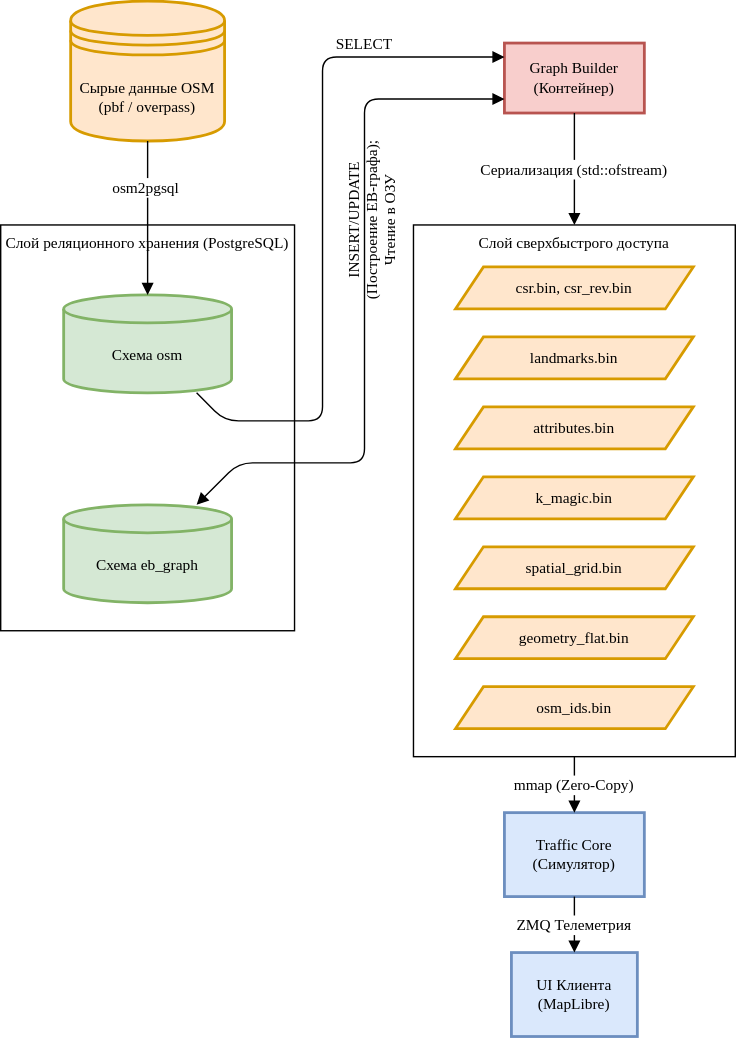
The draw.io diagram assets/svg/binary_dump.drawio.svg in L1CH7/magistracy-diplom-iu12-docs, before a commit. Source tidied: cells renumbered, new cells last; positions are measured from the earlier drawing's top-left corner, leaving out a move shared by most shapes.
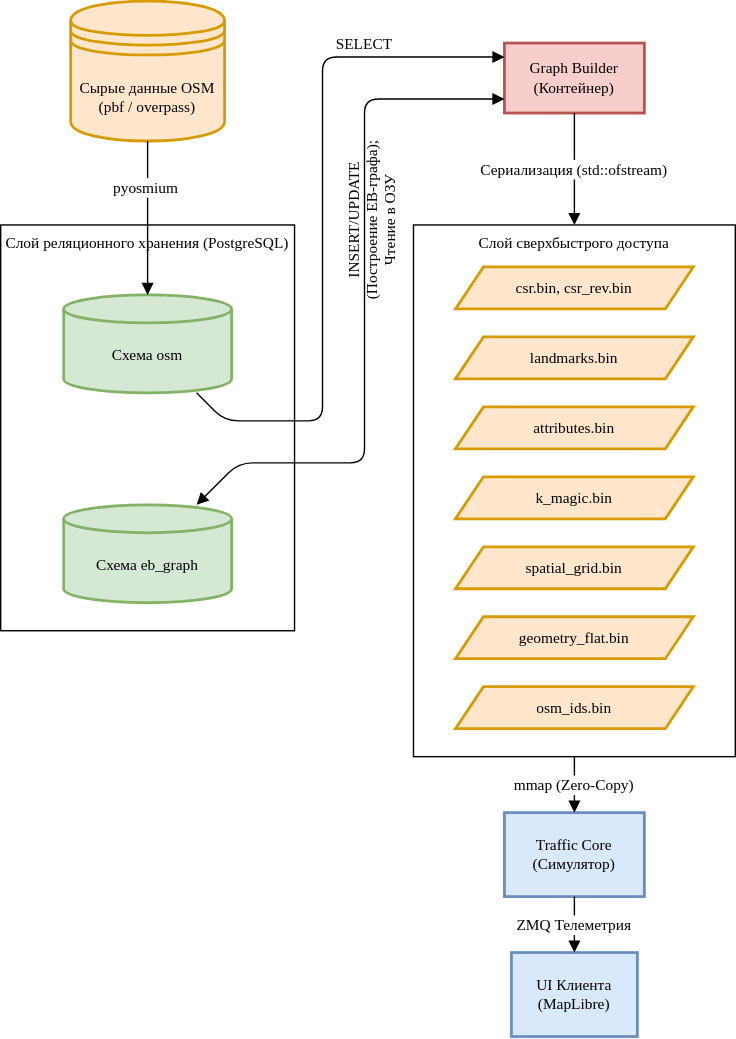
Above is the later version.

The edit, as a diff of the source:
```diff
@@ -26,7 +26,7 @@
     <mxCell id="9" value="Graph Builder&#10;(Контейнер)" style="whiteSpace=wrap;strokeWidth=2;fontFamily=Jetbrains Mono;fontSource=https%3A%2F%2Ffonts.googleapis.com%2Fcss%3Ffamily%3DJetbrains%2BMono;fontSize=11;fillColor=#f8cecc;strokeColor=#b85450;" parent="2" vertex="1">
       <mxGeometry x="360" y="30" width="100" height="50" as="geometry" />
     </mxCell>
-    <mxCell id="10" value="osm2pgsql" style="curved=1;startArrow=none;endArrow=block;rounded=0;fontFamily=Jetbrains Mono;fontSource=https%3A%2F%2Ffonts.googleapis.com%2Fcss%3Ffamily%3DJetbrains%2BMono;fontSize=11;" parent="2" edge="1" source="6" target="4">
+    <mxCell id="10" value="pyosmium" style="curved=1;startArrow=none;endArrow=block;rounded=0;fontFamily=Jetbrains Mono;fontSource=https%3A%2F%2Ffonts.googleapis.com%2Fcss%3Ffamily%3DJetbrains%2BMono;fontSize=11;" parent="2" edge="1" source="6" target="4">
       <mxGeometry x="-0.4" y="-1" relative="1" as="geometry" />
     </mxCell>
     <mxCell id="11" value="ZMQ Телеметрия" style="curved=0;startArrow=none;endArrow=block;exitX=0.5;exitY=1;entryX=0.5;entryY=0;rounded=1;fontFamily=Jetbrains Mono;fontSource=https%3A%2F%2Ffonts.googleapis.com%2Fcss%3Ffamily%3DJetbrains%2BMono;fontSize=11;" parent="2" edge="1" source="7" target="8">
```
